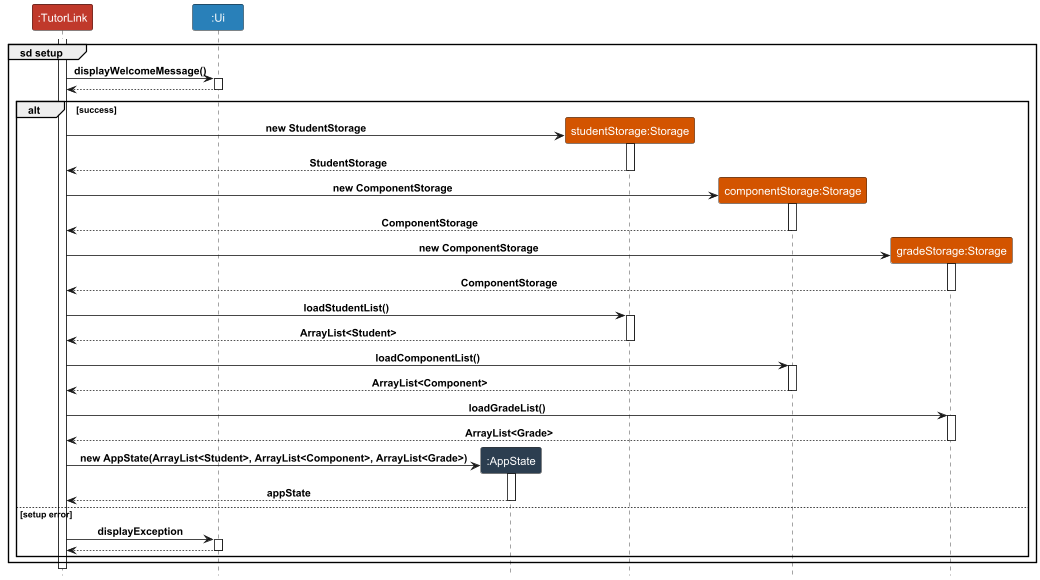
yeekian/tp keeps this PlantUML diagram as docs/diagrams/Setup.png. Above is the earlier version.
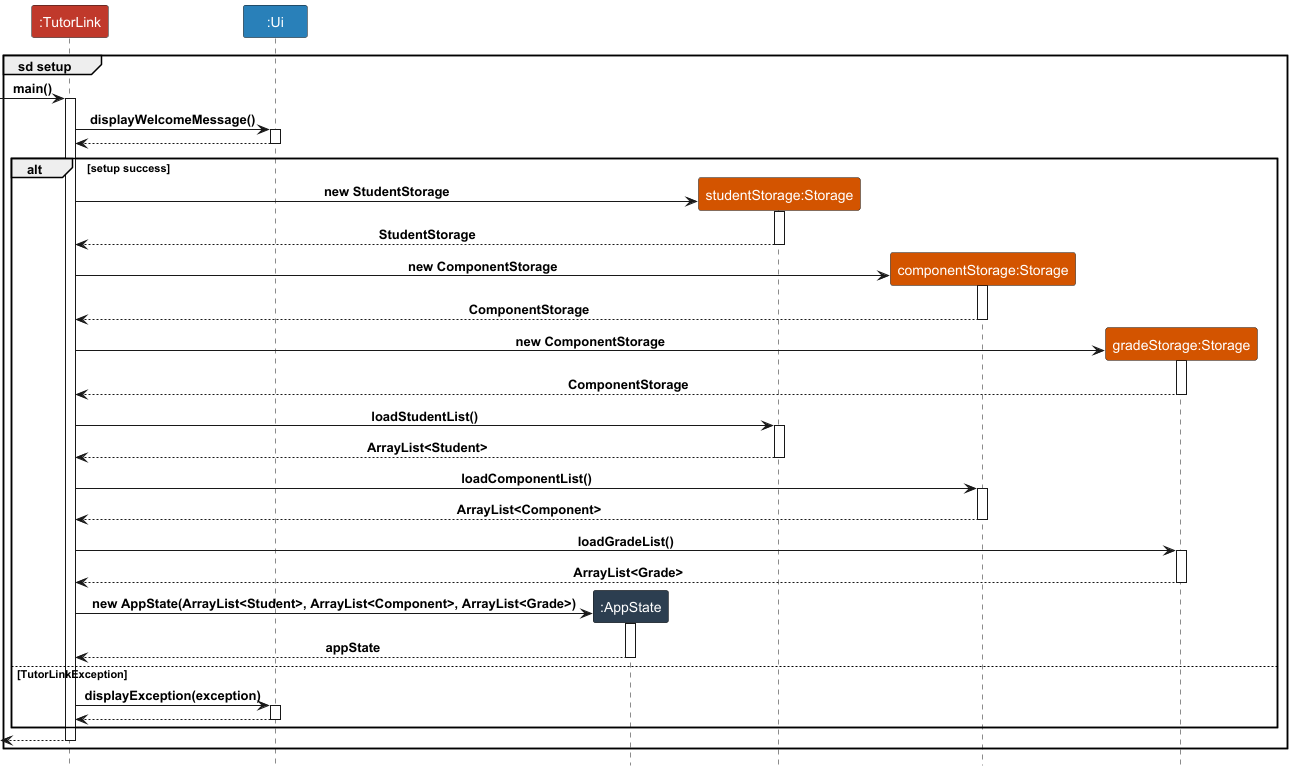
After the commit.

Diff of the diagram source:
```diff
@@ -8,14 +8,14 @@
 participant "gradeStorage:Storage" as GS LOGIC_COLOR_4
 
 group sd setup
-
+[->TL : main()
 activate TL
 TL->UI: displayWelcomeMessage()
 activate UI
 TL <-- UI
 deactivate UI
 
-alt success
+alt setup success
     create SS
     TL -> SS : new StudentStorage
     activate SS
@@ -54,14 +54,15 @@
     activate A
     TL <-- A : appState
     deactivate A
-else setup error
-        TL -> UI : displayException
+else TutorLinkException
+        TL -> UI : displayException(exception)
         activate UI
         TL <-- UI
         deactivate UI
 end
 
 deactivate UI
-
+[<-- TL
+deactivate TL
 end
 @enduml
```
